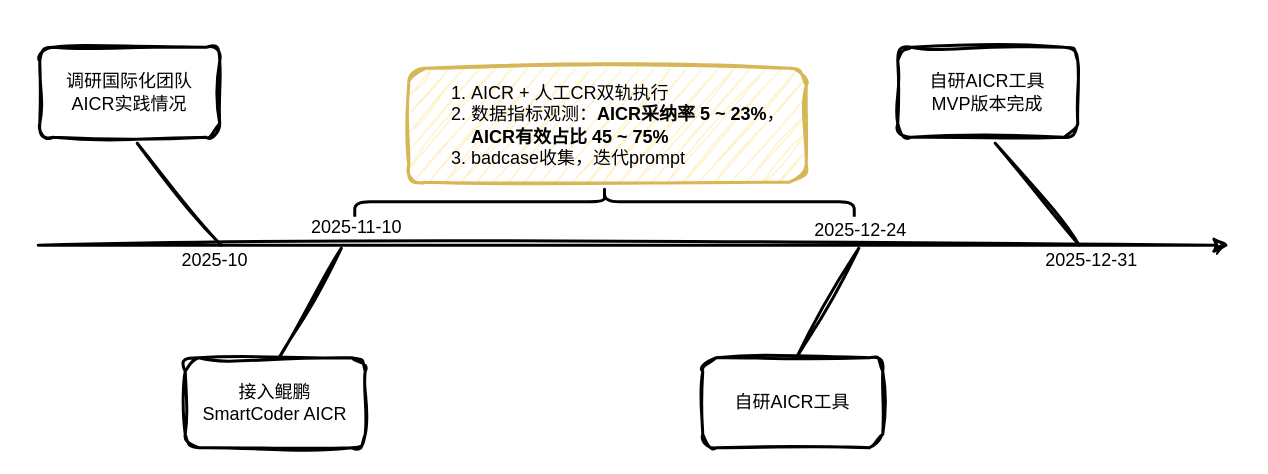
This is aicr-3-process.drawio from Zsynuting/diagram, a draw.io file, before an edit. Source tidied: cells renumbered, new cells numbered last; positions are measured from the earlier drawing's top-left corner, leaving out a move shared by most shapes. Both pictures are drawn from the tidied source at 150%, with x=0, y=0 at pixel (38, -50).
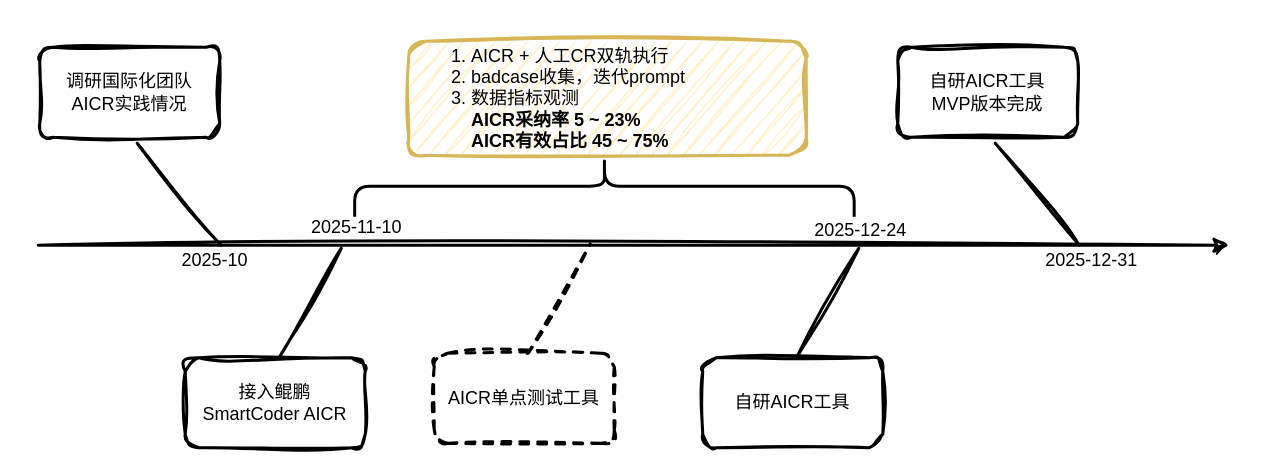
The same diagram, later.

Change to the diagram source:
```diff
@@
-    <mxCell id="7" value="&lt;ol&gt;&lt;li&gt;AICR + 人工CR双轨执行&lt;br&gt;&lt;/li&gt;&lt;li&gt;数据指标观测：&lt;b&gt;AICR采纳率 5 ~ 23%&lt;/b&gt;，&lt;b&gt;AICR有效占比 45 ~ 75%&lt;/b&gt;&lt;/li&gt;&lt;li&gt;badcase收集，迭代prompt&lt;/li&gt;&lt;/ol&gt;" style="rounded=1;whiteSpace=wrap;html=1;strokeWidth=2;sketch=1;curveFitting=1;jiggle=2;align=left;fillColor=#fff2cc;strokeColor=#d6b656;" parent="1" vertex="1">
-      <mxGeometry x="247" y="78" width="265" height="76" as="geometry" />
+    <mxCell id="7" value="&lt;ol&gt;&lt;li&gt;AICR + 人工CR双轨执行&lt;br&gt;&lt;/li&gt;&lt;li&gt;badcase收集，迭代prompt&lt;/li&gt;&lt;li&gt;数据指标观测&lt;br&gt;&lt;b&gt;AICR采纳率 5 ~ 23%&lt;/b&gt;&lt;br&gt;&lt;b&gt;AICR有效占比 45 ~ 75%&lt;/b&gt;&lt;/li&gt;&lt;/ol&gt;" style="rounded=1;whiteSpace=wrap;html=1;strokeWidth=2;sketch=1;curveFitting=1;jiggle=2;align=left;fillColor=#fff2cc;strokeColor=#d6b656;" parent="1" vertex="1">
+      <mxGeometry x="247" y="60" width="265" height="76" as="geometry" />
     </mxCell>
@@
     <mxCell id="10" style="shape=curlyBracket;whiteSpace=wrap;html=1;rounded=1;labelPosition=left;verticalLabelPosition=middle;align=right;verticalAlign=middle;strokeWidth=2;rotation=90;" parent="1" vertex="1">
-      <mxGeometry x="367.5" y="0.5" width="20" height="333" as="geometry" />
+      <mxGeometry x="357.2" y="-9.8" width="40.5" height="333" as="geometry" />
     </mxCell>
@@
+    <mxCell id="17" style="endArrow=none;html=1;rounded=0;strokeWidth=2;sketch=1;curveFitting=1;jiggle=2;dashed=1;" parent="1" edge="1">
+      <mxGeometry relative="1" as="geometry">
+        <mxPoint x="326" y="269" as="sourcePoint" />
+        <mxPoint x="368" y="195" as="targetPoint" />
+      </mxGeometry>
+    </mxCell>
+    <mxCell id="18" value="AICR单点测试工具" style="rounded=1;whiteSpace=wrap;html=1;strokeWidth=2;sketch=1;curveFitting=1;jiggle=2;dashed=1;" parent="1" vertex="1">
+      <mxGeometry x="264" y="268" width="120" height="60" as="geometry" />
+    </mxCell>
```
